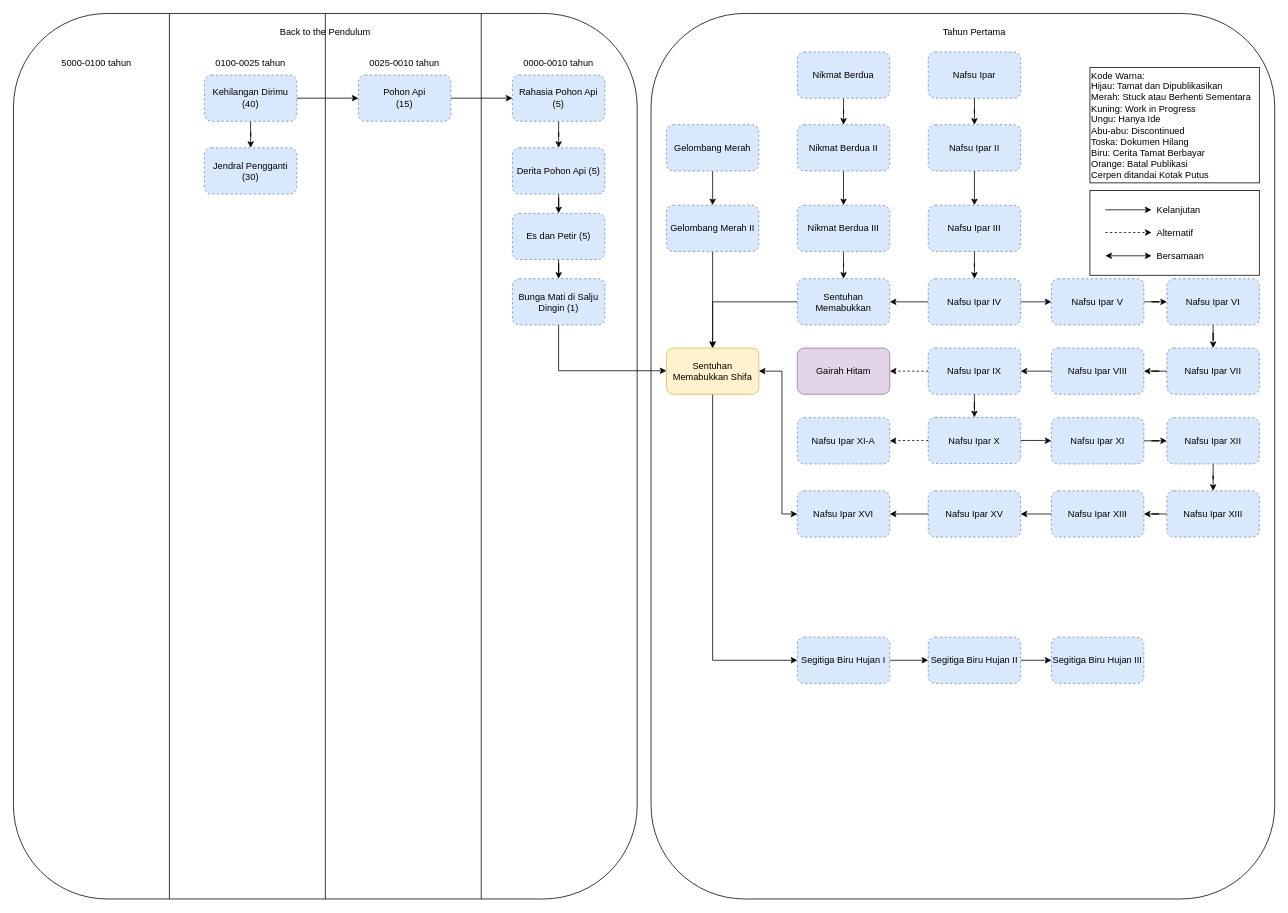
Above: page "Somniumverse" (2 of 3) of TimelineSeluruhCerita.drawio in DaffaMage/affad-stories-diagram (draw.io), before the change. Source tidied: cells renumbered, new cells numbered last; positions are measured from the earlier drawing's top-left corner, leaving out a move shared by most shapes. Both pictures are drawn from the tidied source at 77%, with x=0, y=0 at pixel (13, 13).
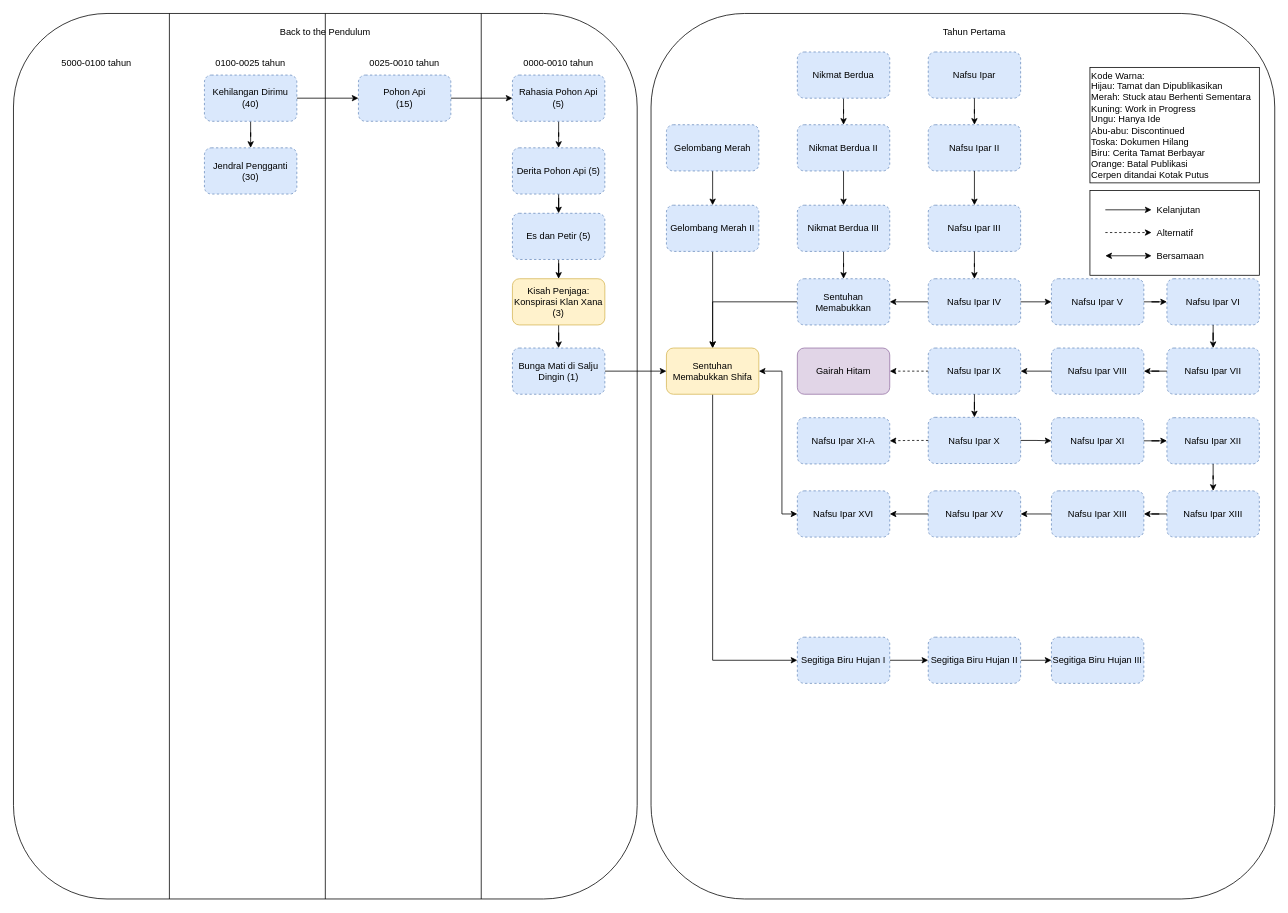
The same diagram, later.

The change refers to these unchanged cells:
```xml
<mxCell id="78" value="Es dan Petir (5)" style="rounded=1;whiteSpace=wrap;html=1;fillColor=#dae8fc;strokeColor=#6c8ebf;dashed=1;" parent="1" vertex="1">
  <mxGeometry x="648" y="259.5" width="120" height="60" as="geometry" />
</mxCell>
```

Change to the diagram source:
```diff
@@
     <mxCell id="67" value="Bunga Mati di Salju Dingin (1)" style="rounded=1;whiteSpace=wrap;html=1;fillColor=#dae8fc;strokeColor=#6c8ebf;dashed=1;" parent="1" vertex="1">
-      <mxGeometry x="648" y="344.5" width="120" height="60" as="geometry" />
+      <mxGeometry x="648" y="434.5" width="120" height="60" as="geometry" />
     </mxCell>
@@
-    <mxCell id="77" style="edgeStyle=orthogonalEdgeStyle;rounded=0;jettySize=auto;html=1;startArrow=none;startFill=0;" parent="1" edge="1" source="78" target="67">
-      <mxGeometry relative="1" as="geometry" />
-    </mxCell>
+    <mxCell id="92" style="edgeStyle=orthogonalEdgeStyle;rounded=0;jettySize=auto;html=1;" parent="1" edge="1" source="78" target="94">
+      <mxGeometry relative="1" as="geometry" />
+    </mxCell>
@@
+    <mxCell id="93" style="edgeStyle=orthogonalEdgeStyle;rounded=0;jettySize=auto;html=1;" parent="1" edge="1" source="94" target="67">
+      <mxGeometry relative="1" as="geometry" />
+    </mxCell>
+    <mxCell id="94" value="Kisah Penjaga: Konspirasi Klan Xana (3)" style="rounded=1;whiteSpace=wrap;html=1;fillColor=#fff2cc;strokeColor=#d6b656;" parent="1" vertex="1">
+      <mxGeometry x="648" y="344.5" width="120" height="60" as="geometry" />
+    </mxCell>
```
